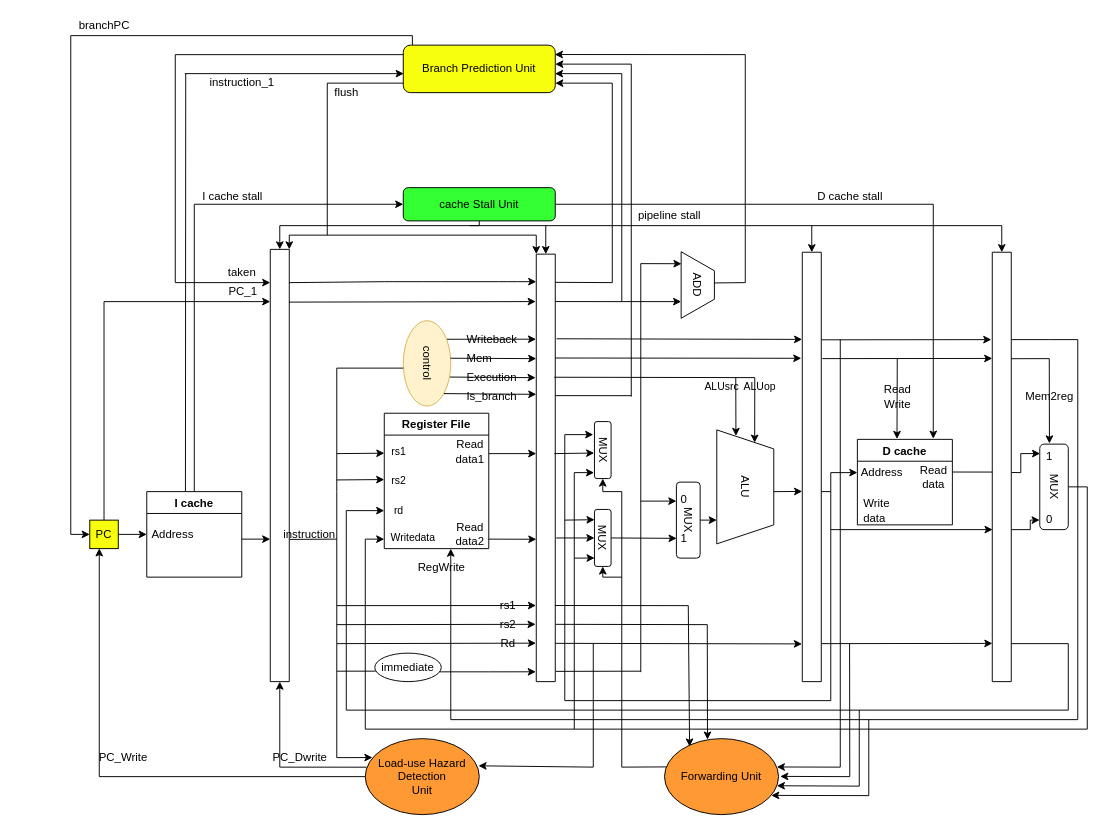
JeterHwang/DSD keeps this draw.io diagram as page "Page-1" (1 of 2) of Untitled Diagram.drawio. Above is the earlier version. Source tidied: cells renumbered, new cells numbered last; positions are measured from the earlier drawing's top-left corner, leaving out a move shared by most shapes. Both pictures are drawn from the tidied source at 95%, with x=0, y=0 at pixel (70, 16).
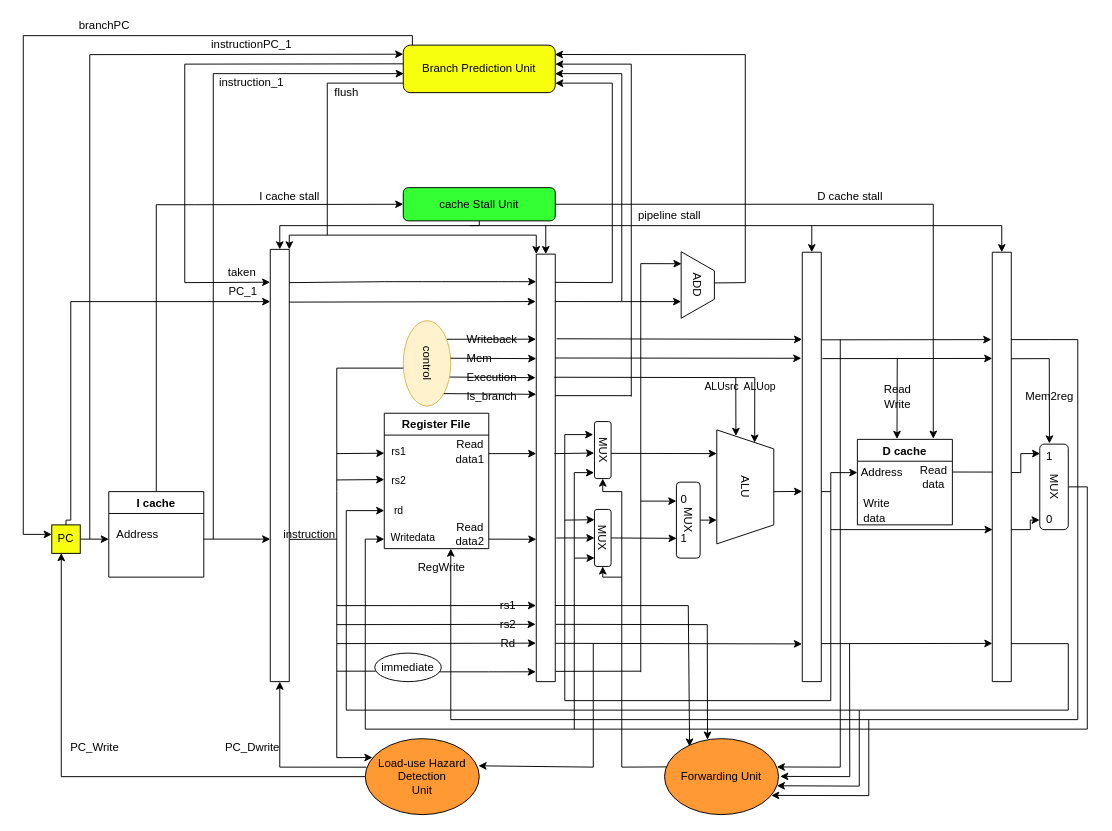
The same diagram, later.

Unchanged cells that the change refers to:
```xml
<mxCell id="2" style="swimlane;startSize=0;fillColor=#4262FF;glass=0;swimlaneLine=1;" parent="1" vertex="1">
  <mxGeometry x="210" y="245" width="20" height="455" as="geometry" />
</mxCell>
<mxCell id="14" value="Branch Prediction Unit" style="rounded=1;whiteSpace=wrap;html=1;glass=0;fillColor=#F7FF0F;" parent="1" vertex="1">
  <mxGeometry x="350" y="30" width="160" height="50" as="geometry" />
</mxCell>
<mxCell id="62" value="Load-use Hazard Detection &lt;br&gt;Unit" style="ellipse;whiteSpace=wrap;html=1;glass=0;strokeColor=#000000;fillColor=#FF9933;" parent="1" vertex="1">
  <mxGeometry x="310" y="760" width="120" height="80" as="geometry" />
</mxCell>
<mxCell id="154" value="MUX" style="rounded=1;whiteSpace=wrap;html=1;rotation=90;" parent="1" vertex="1">
  <mxGeometry x="530" y="447.5" width="60" height="17.5" as="geometry" />
</mxCell>
```

What changed in the source:
```diff
@@
     <mxCell id="7" style="edgeStyle=orthogonalEdgeStyle;rounded=0;orthogonalLoop=1;jettySize=auto;html=1;" parent="1" edge="1">
       <mxGeometry relative="1" as="geometry">
-        <mxPoint x="180" y="550" as="sourcePoint" />
+        <mxPoint x="140" y="550" as="sourcePoint" />
         <mxPoint x="210" y="550" as="targetPoint" />
       </mxGeometry>
     </mxCell>
     <mxCell id="8" value="I cache" style="swimlane;" parent="1" vertex="1">
-      <mxGeometry x="80" y="500" width="100" height="90" as="geometry" />
+      <mxGeometry x="40" y="500" width="100" height="90" as="geometry" />
     </mxCell>
+    <mxCell id="141" value="Address" style="text;html=1;align=center;verticalAlign=middle;fillColor=none;strokeColor=none;rounded=0;" parent="8" vertex="1">
+      <mxGeometry y="35" width="60" height="20" as="geometry" />
+    </mxCell>
-    <mxCell id="9" style="edgeStyle=orthogonalEdgeStyle;rounded=0;jettySize=auto;html=1;exitX=1;exitY=0.5;exitDx=0;exitDy=0;entryX=0;entryY=0.5;entryDx=0;entryDy=0;" parent="1" edge="1" source="11" target="8">
-      <mxGeometry relative="1" as="geometry" />
+    <mxCell id="9" style="edgeStyle=orthogonalEdgeStyle;rounded=0;jettySize=auto;html=1;exitX=1;exitY=0.5;exitDx=0;exitDy=0;" parent="1" edge="1" source="11">
+      <mxGeometry relative="1" as="geometry">
+        <mxPoint x="40" y="550" as="targetPoint" />
+      </mxGeometry>
     </mxCell>
     <mxCell id="10" style="edgeStyle=orthogonalEdgeStyle;rounded=0;jettySize=auto;html=1;exitX=0.5;exitY=0;exitDx=0;exitDy=0;" parent="1" edge="1" source="11">
       <mxGeometry relative="1" as="geometry">
         <mxPoint x="210" y="300" as="targetPoint" />
         <Array as="points">
-          <mxPoint x="35" y="300" />
+          <mxPoint y="530" />
+          <mxPoint y="300" />
         </Array>
       </mxGeometry>
     </mxCell>
     <mxCell id="11" value="PC" style="whiteSpace=wrap;html=1;glass=0;fillColor=#F7FF0F;" parent="1" vertex="1">
-      <mxGeometry x="20" y="530" width="30" height="30" as="geometry" />
+      <mxGeometry x="-20" y="535" width="30" height="30" as="geometry" />
     </mxCell>
-    <mxCell id="12" style="edgeStyle=orthogonalEdgeStyle;rounded=0;jettySize=auto;html=1;exitX=0.06;exitY=-0.002;exitDx=0;exitDy=0;exitPerimeter=0;entryX=0;entryY=0.5;entryDx=0;entryDy=0;" parent="1" edge="1" source="14" target="11">
+    <mxCell id="12" style="edgeStyle=orthogonalEdgeStyle;rounded=0;jettySize=auto;html=1;exitX=0.06;exitY=-0.002;exitDx=0;exitDy=0;exitPerimeter=0;" parent="1" edge="1" source="14">
       <mxGeometry relative="1" as="geometry">
+        <mxPoint x="-20" y="545" as="targetPoint" />
         <Array as="points">
           <mxPoint x="360" y="20" />
-          <mxPoint y="20" />
-          <mxPoint y="545" />
+          <mxPoint x="-50" y="20" />
+          <mxPoint x="-50" y="545" />
         </Array>
       </mxGeometry>
     </mxCell>
-    <mxCell id="13" style="edgeStyle=orthogonalEdgeStyle;rounded=0;jettySize=auto;html=1;exitX=0.039;exitY=-0.001;exitDx=0;exitDy=0;exitPerimeter=0;" parent="1" edge="1" source="14">
-      <mxGeometry relative="1" as="geometry">
-        <mxPoint x="210" y="280" as="targetPoint" />
-        <Array as="points">
-          <mxPoint x="356" y="40" />
-          <mxPoint x="110" y="40" />
-          <mxPoint x="110" y="280" />
-        </Array>
-      </mxGeometry>
-    </mxCell>
@@
     <mxCell id="37" value="I cache stall" style="text;html=1;align=center;verticalAlign=middle;fillColor=none;strokeColor=none;rounded=0;glass=0;" parent="1" vertex="1">
-      <mxGeometry x="130" y="180" width="80" height="20" as="geometry" />
+      <mxGeometry x="190" y="180" width="80" height="20" as="geometry" />
     </mxCell>
@@
-    <mxCell id="57" style="endArrow=none;html=1;exitX=0.407;exitY=-0.003;exitDx=0;exitDy=0;exitPerimeter=0;" parent="1" edge="1" source="8">
-      <mxGeometry relative="1" as="geometry">
-        <mxPoint x="121" y="60" as="targetPoint" />
-      </mxGeometry>
-    </mxCell>
@@
     <mxCell id="59" value="instruction_1" style="text;html=1;align=center;verticalAlign=middle;fillColor=none;strokeColor=none;rounded=0;glass=0;" parent="1" vertex="1">
-      <mxGeometry x="140" y="60" width="80" height="20" as="geometry" />
+      <mxGeometry x="150" y="60" width="80" height="20" as="geometry" />
     </mxCell>
@@
     <mxCell id="61" style="endArrow=classic;html=1;" parent="1" edge="1">
       <mxGeometry relative="1" as="geometry">
-        <mxPoint x="120" y="60" as="sourcePoint" />
+        <mxPoint x="150" y="60" as="sourcePoint" />
         <mxPoint x="350.5" y="60" as="targetPoint" />
       </mxGeometry>
     </mxCell>
@@
     <mxCell id="64" style="endArrow=none;html=1;entryX=0;entryY=0.5;entryDx=0;entryDy=0;" parent="1" edge="1" target="62">
       <mxGeometry relative="1" as="geometry">
-        <mxPoint x="30" y="800" as="sourcePoint" />
+        <mxPoint x="-10" y="800" as="sourcePoint" />
       </mxGeometry>
     </mxCell>
     <mxCell id="65" style="endArrow=classic;html=1;entryX=0.333;entryY=0.99;entryDx=0;entryDy=0;entryPerimeter=0;" parent="1" edge="1" target="11">
       <mxGeometry relative="1" as="geometry">
-        <mxPoint x="30" y="800" as="sourcePoint" />
+        <mxPoint x="-10" y="800" as="sourcePoint" />
       </mxGeometry>
     </mxCell>
@@
     <mxCell id="67" value="PC_Dwrite" style="text;html=1;align=center;verticalAlign=middle;fillColor=none;strokeColor=none;rounded=0;glass=0;" parent="1" vertex="1">
-      <mxGeometry x="206" y="770" width="70" height="20" as="geometry" />
+      <mxGeometry x="156" y="760" width="70" height="20" as="geometry" />
     </mxCell>
     <mxCell id="68" value="PC_Write" style="text;html=1;align=center;verticalAlign=middle;fillColor=none;strokeColor=none;rounded=0;glass=0;" parent="1" vertex="1">
-      <mxGeometry x="20" y="770" width="70" height="20" as="geometry" />
+      <mxGeometry x="-10" y="760" width="70" height="20" as="geometry" />
     </mxCell>
@@
-    <mxCell id="141" value="Address" style="text;html=1;align=center;verticalAlign=middle;fillColor=none;strokeColor=none;rounded=0;" parent="1" vertex="1">
-      <mxGeometry x="77" y="535" width="60" height="20" as="geometry" />
-    </mxCell>
@@
+    <mxCell id="189" style="endArrow=classic;html=1;exitX=0.558;exitY=-0.006;exitDx=0;exitDy=0;exitPerimeter=0;" parent="1" edge="1" source="154">
+      <mxGeometry relative="1" as="geometry">
+        <mxPoint x="680" y="460" as="targetPoint" />
+      </mxGeometry>
+    </mxCell>
+    <mxCell id="190" style="endArrow=none;html=1;" parent="1" edge="1">
+      <mxGeometry relative="1" as="geometry">
+        <mxPoint x="150" y="550" as="sourcePoint" />
+        <mxPoint x="150" y="60" as="targetPoint" />
+      </mxGeometry>
+    </mxCell>
+    <mxCell id="191" style="endArrow=none;html=1;entryX=0.001;entryY=0.394;entryDx=0;entryDy=0;entryPerimeter=0;" parent="1" edge="1" target="14">
+      <mxGeometry relative="1" as="geometry">
+        <mxPoint x="120" y="50" as="sourcePoint" />
+      </mxGeometry>
+    </mxCell>
+    <mxCell id="192" style="endArrow=none;html=1;" parent="1" edge="1">
+      <mxGeometry relative="1" as="geometry">
+        <mxPoint x="120" y="280" as="sourcePoint" />
+        <mxPoint x="120" y="50" as="targetPoint" />
+      </mxGeometry>
+    </mxCell>
+    <mxCell id="193" style="endArrow=classic;html=1;entryX=-0.007;entryY=0.076;entryDx=0;entryDy=0;entryPerimeter=0;" parent="1" edge="1" target="2">
+      <mxGeometry relative="1" as="geometry">
+        <mxPoint x="120" y="280" as="sourcePoint" />
+      </mxGeometry>
+    </mxCell>
+    <mxCell id="194" style="endArrow=none;html=1;" parent="1" edge="1">
+      <mxGeometry relative="1" as="geometry">
+        <mxPoint x="20" y="550" as="sourcePoint" />
+        <mxPoint x="20" y="40" as="targetPoint" />
+      </mxGeometry>
+    </mxCell>
+    <mxCell id="195" style="endArrow=classic;html=1;entryX=0;entryY=0.191;entryDx=0;entryDy=0;entryPerimeter=0;" parent="1" edge="1" target="14">
+      <mxGeometry relative="1" as="geometry">
+        <mxPoint x="20" y="40" as="sourcePoint" />
+      </mxGeometry>
+    </mxCell>
+    <mxCell id="196" value="instructionPC_1" style="text;html=1;align=center;verticalAlign=middle;fillColor=none;strokeColor=none;rounded=0;glass=0;" parent="1" vertex="1">
+      <mxGeometry x="140" y="20" width="100" height="20" as="geometry" />
+    </mxCell>
```
